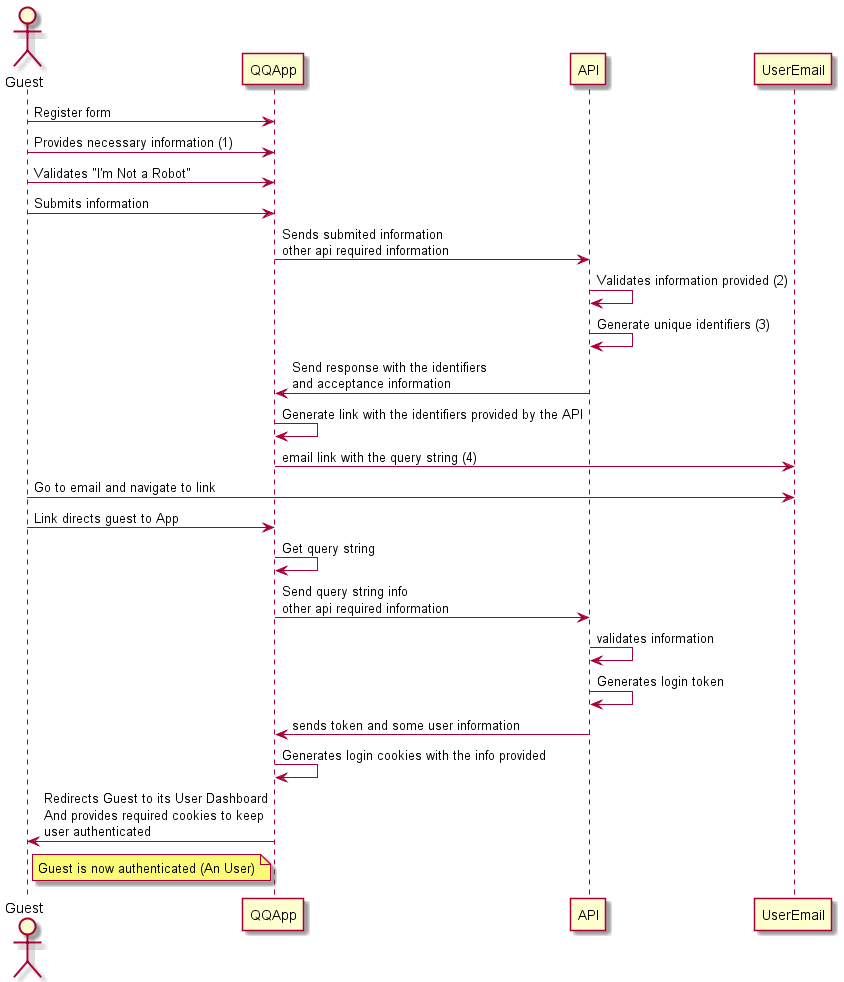
Above: docs/RegisterUser.png in i-on-project/quick-quiz (PlantUML), before the change. The source it was exported from:
```plantuml
@startuml RegisterUser

actor Guest as guest
participant QQApp as qq
participant API as api
participant UserEmail as email
guest->qq: Register form
guest->qq: Provides necessary information (1)
guest->qq: Validates "I'm Not a Robot"
guest->qq: Submits information
qq->api: Sends submited information\nother api required information
api->api: Validates information provided (2)
api->api: Generate unique identifiers (3)
api->qq: Send response with the identifiers\nand acceptance information
qq->qq: Generate link with the identifiers provided by the API
qq->email: email link with the query string (4)
guest->email:Go to email and navigate to link
guest->qq: Link directs guest to App
qq->qq: Get query string
qq->api: Send query string info\nother api required information
api->api: validates information
api->api: Generates login token
api->qq: sends token and some user information
qq->qq: Generates login cookies with the info provided
qq->guest: Redirects Guest to its User Dashboard\nAnd provides required cookies to keep\nuser authenticated
note right of guest : Guest is now authenticated (An User)



@enduml
```
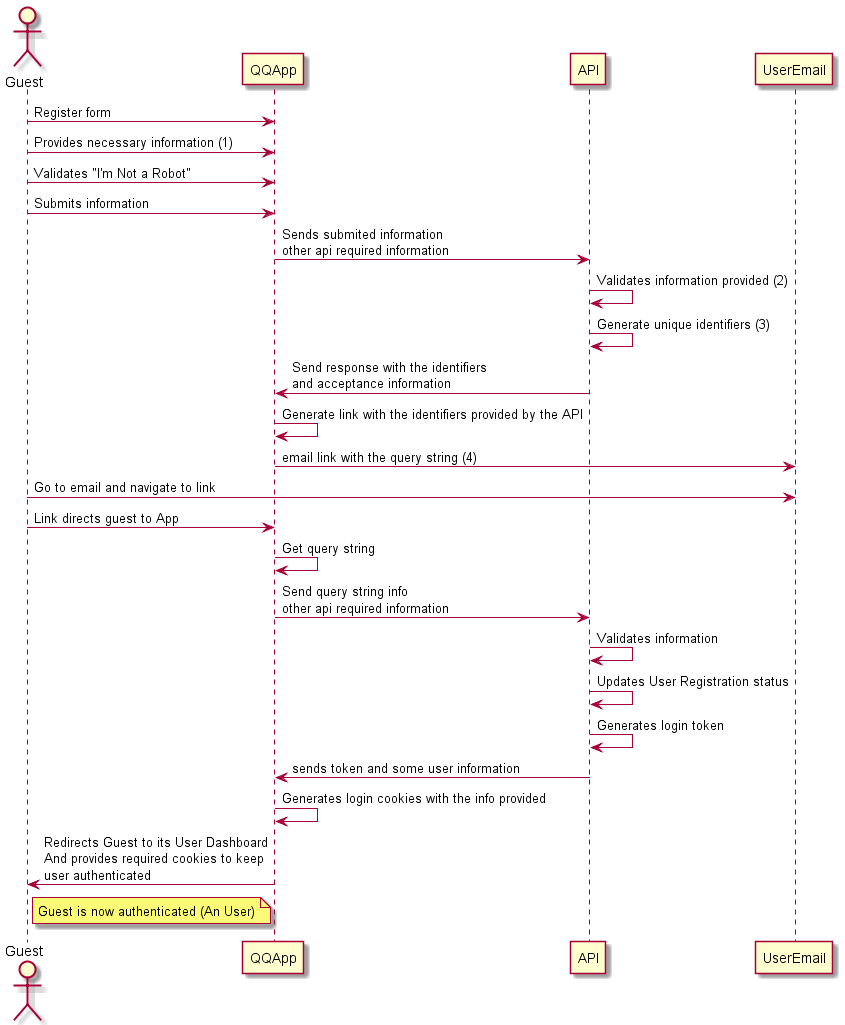
After the commit.

Commit message:
updated workflow for register use

Diff of the diagram source:
```diff
@@ -18,13 +18,12 @@
 guest->qq: Link directs guest to App
 qq->qq: Get query string
 qq->api: Send query string info\nother api required information
-api->api: validates information
+api->api: Validates information
+api->api: Updates User Registration status
 api->api: Generates login token
 api->qq: sends token and some user information
 qq->qq: Generates login cookies with the info provided
 qq->guest: Redirects Guest to its User Dashboard\nAnd provides required cookies to keep\nuser authenticated
 note right of guest : Guest is now authenticated (An User)
 
-
-
 @enduml
```
